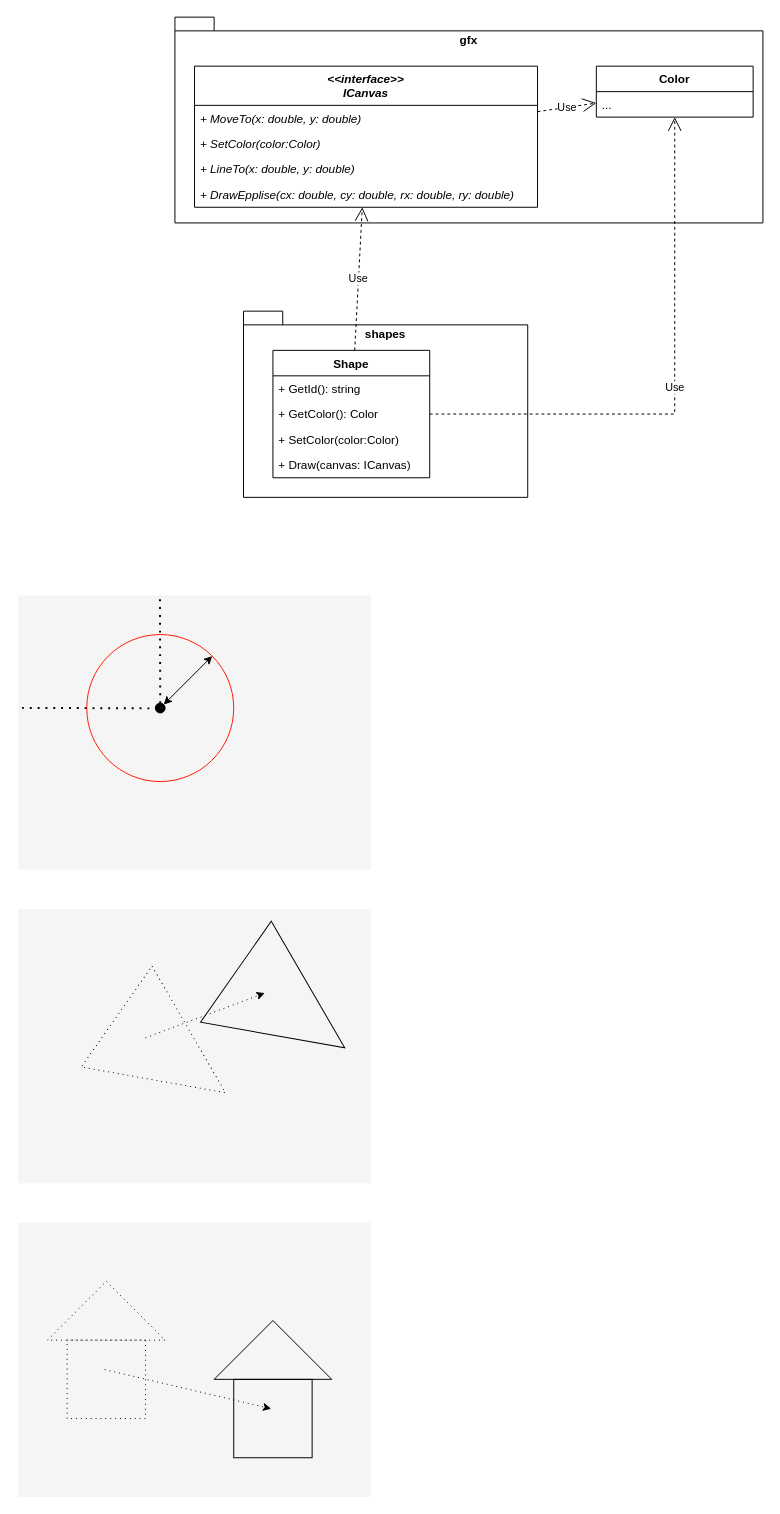
Before: labs/01/illustrations/shapes.drawio in alexey-malov/ood, a draw.io diagram. Source tidied: cells renumbered, new cells numbered last; positions are measured from the earlier drawing's top-left corner, leaving out a move shared by most shapes. Both pictures are drawn from the tidied source at 98%, with x=0, y=0 at pixel (18, 17).
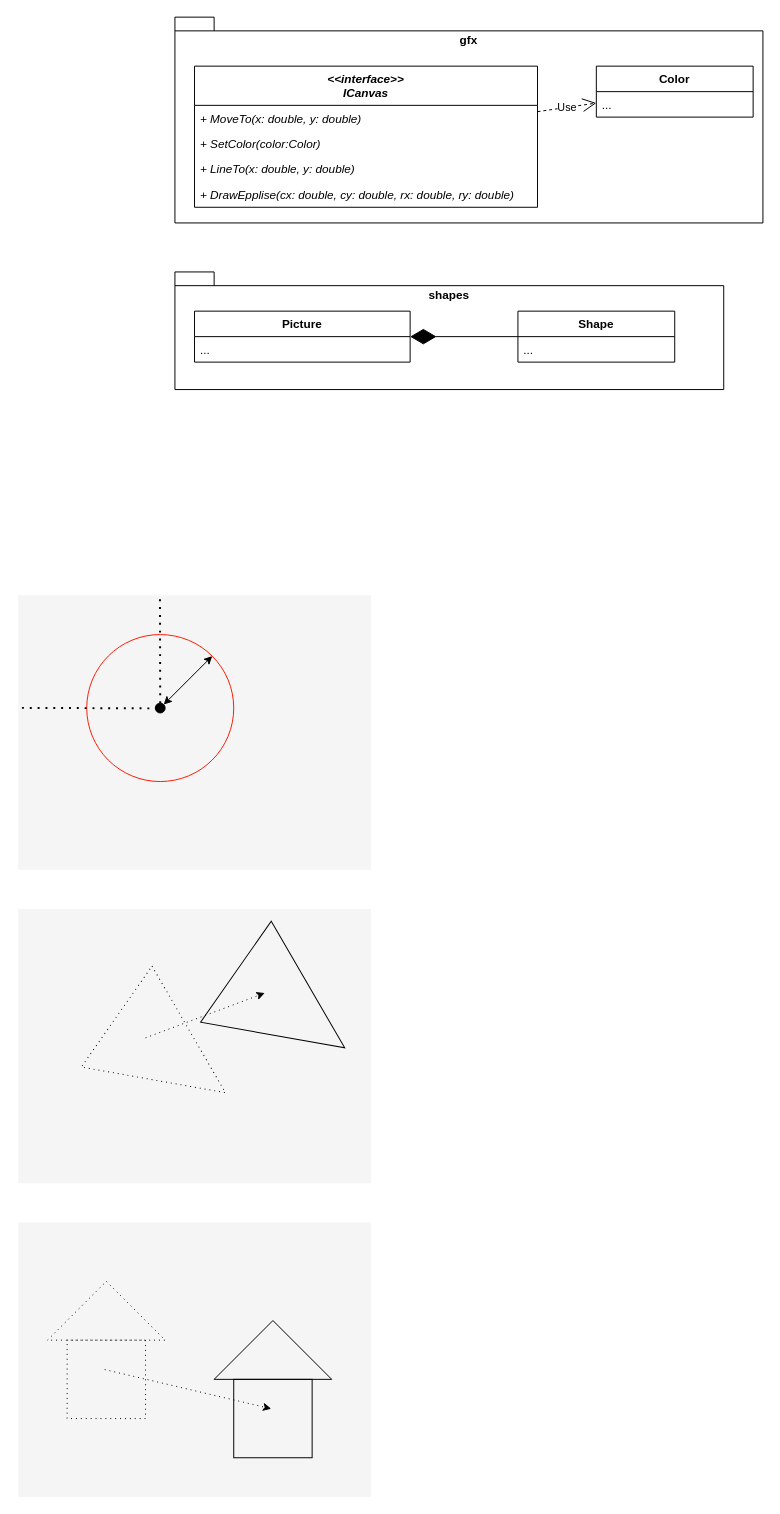
The same diagram, later.

Unchanged cells that the change refers to:
```xml
<mxCell id="4" value="&lt;&lt;interface&gt;&gt;&#10;ICanvas" style="swimlane;fontStyle=3;align=center;verticalAlign=top;horizontal=1;startSize=40;" parent="1" vertex="1">
  <mxGeometry x="180" y="50" width="350" height="144" as="geometry" />
</mxCell>
<mxCell id="9" value="Color" style="swimlane;fontStyle=1;align=center;verticalAlign=top;horizontal=1;startSize=26;" parent="1" vertex="1">
  <mxGeometry x="590" y="50" width="160" height="52" as="geometry" />
</mxCell>
```

Change to the diagram source:
```diff
@@
     <mxCell id="12" value="shapes" style="shape=folder;fontStyle=1;spacingTop=10;tabWidth=40;tabHeight=14;tabPosition=left;html=1;whiteSpace=wrap;verticalAlign=top;" parent="1" vertex="1">
-      <mxGeometry x="230" y="300" width="290" height="190" as="geometry" />
+      <mxGeometry x="160" y="260" width="560" height="120" as="geometry" />
     </mxCell>
     <mxCell id="13" value="Shape" style="swimlane;fontStyle=1;align=center;verticalAlign=top;horizontal=1;startSize=26;" parent="1" vertex="1">
-      <mxGeometry x="260" y="340" width="160" height="130" as="geometry" />
+      <mxGeometry x="510" y="300" width="160" height="52" as="geometry" />
     </mxCell>
-    <mxCell id="14" value="+ GetId(): string" style="text;strokeColor=none;fillColor=none;align=left;verticalAlign=top;spacingLeft=4;spacingRight=4;overflow=hidden;" parent="13" vertex="1">
-      <mxGeometry y="26" width="160" height="26" as="geometry" />
-    </mxCell>
-    <mxCell id="15" value="+ GetColor(): Color" style="text;strokeColor=none;fillColor=none;align=left;verticalAlign=top;spacingLeft=4;spacingRight=4;overflow=hidden;" parent="13" vertex="1">
-      <mxGeometry y="52" width="160" height="26" as="geometry" />
-    </mxCell>
-    <mxCell id="16" value="+ SetColor(color:Color)" style="text;strokeColor=none;fillColor=none;align=left;verticalAlign=top;spacingLeft=4;spacingRight=4;overflow=hidden;" parent="13" vertex="1">
-      <mxGeometry y="78" width="160" height="26" as="geometry" />
-    </mxCell>
-    <mxCell id="17" value="+ Draw(canvas: ICanvas)" style="text;strokeColor=none;fillColor=none;align=left;verticalAlign=top;spacingLeft=4;spacingRight=4;overflow=hidden;" parent="13" vertex="1">
-      <mxGeometry y="104" width="160" height="26" as="geometry" />
-    </mxCell>
-    <mxCell id="18" value="Use" style="endArrow=open;endSize=12;dashed=1;html=1;rounded=0;" parent="1" edge="1" source="13" target="4">
-      <mxGeometry relative="1" as="geometry" />
-    </mxCell>
-    <mxCell id="19" value="Use" style="endArrow=open;endSize=12;dashed=1;html=1;rounded=0;edgeStyle=orthogonalEdgeStyle;" parent="1" edge="1" source="13" target="9">
-      <mxGeometry relative="1" as="geometry" />
-    </mxCell>
+    <mxCell id="35" value="..." style="text;strokeColor=none;fillColor=none;align=left;verticalAlign=top;spacingLeft=4;spacingRight=4;overflow=hidden;" parent="13" vertex="1">
+      <mxGeometry y="26" width="160" height="26" as="geometry" />
+    </mxCell>
@@
+    <mxCell id="36" value="Picture" style="swimlane;fontStyle=1;align=center;verticalAlign=top;horizontal=1;startSize=26;" parent="1" vertex="1">
+      <mxGeometry x="180" y="300" width="220" height="52" as="geometry" />
+    </mxCell>
+    <mxCell id="37" value="..." style="text;strokeColor=none;fillColor=none;align=left;verticalAlign=top;spacingLeft=4;spacingRight=4;overflow=hidden;" parent="36" vertex="1">
+      <mxGeometry y="26" width="220" height="26" as="geometry" />
+    </mxCell>
+    <mxCell id="38" style="endArrow=diamondThin;endFill=1;endSize=24;html=1;rounded=0;" parent="1" edge="1" source="13" target="36">
+      <mxGeometry relative="1" as="geometry" />
+    </mxCell>
```
